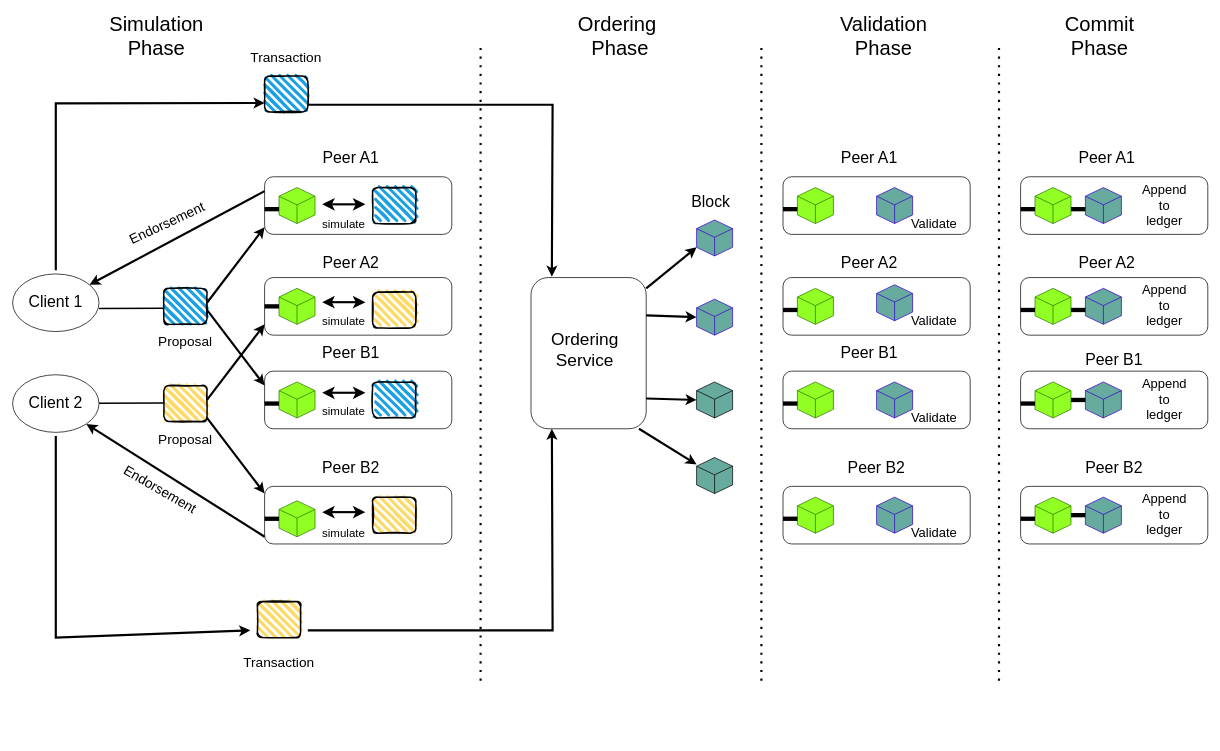
This is files/Fabric-Diagrams.drawio from Arif-Shahriar028/draw.io, a draw.io file, before an edit. Source tidied: cells renumbered, new cells numbered last; positions are measured from the earlier drawing's top-left corner, leaving out a move shared by most shapes. Both pictures are drawn from the tidied source at 72%, with x=0, y=0 at pixel (12, 25).
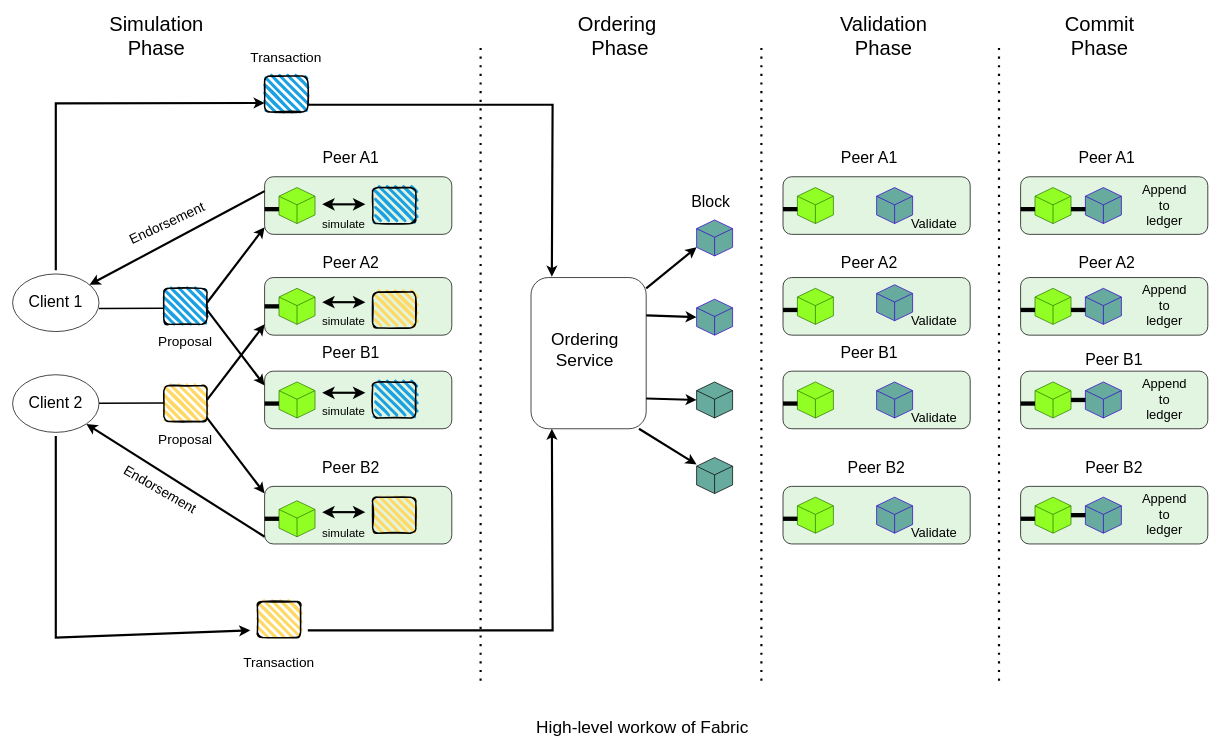
After the change.

Change to the diagram source:
```diff
@@
-    <mxCell id="4" style="rounded=1;whiteSpace=wrap;html=1;" parent="1" vertex="1">
+    <mxCell id="4" style="rounded=1;whiteSpace=wrap;html=1;fillColor=#E1F5E0;" parent="1" vertex="1">
       <mxGeometry x="350" y="210" width="260" height="80" as="geometry" />
     </mxCell>
-    <mxCell id="5" style="rounded=1;whiteSpace=wrap;html=1;" parent="1" vertex="1">
+    <mxCell id="5" style="rounded=1;whiteSpace=wrap;html=1;fillColor=#E1F5E0;" parent="1" vertex="1">
       <mxGeometry x="350" y="350" width="260" height="80" as="geometry" />
     </mxCell>
-    <mxCell id="6" style="rounded=1;whiteSpace=wrap;html=1;" parent="1" vertex="1">
+    <mxCell id="6" style="rounded=1;whiteSpace=wrap;html=1;fillColor=#E1F5E0;" parent="1" vertex="1">
       <mxGeometry x="350" y="480" width="260" height="80" as="geometry" />
     </mxCell>
-    <mxCell id="7" style="rounded=1;whiteSpace=wrap;html=1;" parent="1" vertex="1">
+    <mxCell id="7" style="rounded=1;whiteSpace=wrap;html=1;fillColor=#E1F5E0;" parent="1" vertex="1">
       <mxGeometry x="350" y="640" width="260" height="80" as="geometry" />
     </mxCell>
@@
-    <mxCell id="43" style="rounded=1;whiteSpace=wrap;html=1;" parent="1" vertex="1">
+    <mxCell id="43" style="rounded=1;whiteSpace=wrap;html=1;fillColor=#E1F5E0;" parent="1" vertex="1">
       <mxGeometry x="1070" y="210" width="260" height="80" as="geometry" />
     </mxCell>
@@
-    <mxCell id="46" style="rounded=1;whiteSpace=wrap;html=1;" parent="1" vertex="1">
+    <mxCell id="46" style="rounded=1;whiteSpace=wrap;html=1;fillColor=#E1F5E0;" parent="1" vertex="1">
       <mxGeometry x="1070" y="350" width="260" height="80" as="geometry" />
     </mxCell>
@@
-    <mxCell id="49" style="rounded=1;whiteSpace=wrap;html=1;" parent="1" vertex="1">
+    <mxCell id="49" style="rounded=1;whiteSpace=wrap;html=1;fillColor=#E1F5E0;" parent="1" vertex="1">
       <mxGeometry x="1070" y="480" width="260" height="80" as="geometry" />
     </mxCell>
@@
-    <mxCell id="52" style="rounded=1;whiteSpace=wrap;html=1;" parent="1" vertex="1">
+    <mxCell id="52" style="rounded=1;whiteSpace=wrap;html=1;fillColor=#E1F5E0;" parent="1" vertex="1">
       <mxGeometry x="1070" y="640" width="260" height="80" as="geometry" />
     </mxCell>
@@
-    <mxCell id="60" style="rounded=1;whiteSpace=wrap;html=1;" parent="1" vertex="1">
+    <mxCell id="60" style="rounded=1;whiteSpace=wrap;html=1;fillColor=#E1F5E0;" parent="1" vertex="1">
       <mxGeometry x="1400" y="210" width="260" height="80" as="geometry" />
     </mxCell>
@@
-    <mxCell id="64" style="rounded=1;whiteSpace=wrap;html=1;" parent="1" vertex="1">
+    <mxCell id="64" style="rounded=1;whiteSpace=wrap;html=1;fillColor=#E1F5E0;" parent="1" vertex="1">
       <mxGeometry x="1400" y="350" width="260" height="80" as="geometry" />
     </mxCell>
@@
-    <mxCell id="68" style="rounded=1;whiteSpace=wrap;html=1;" parent="1" vertex="1">
+    <mxCell id="68" style="rounded=1;whiteSpace=wrap;html=1;fillColor=#E1F5E0;" parent="1" vertex="1">
       <mxGeometry x="1400" y="480" width="260" height="80" as="geometry" />
     </mxCell>
@@
-    <mxCell id="72" style="rounded=1;whiteSpace=wrap;html=1;" parent="1" vertex="1">
+    <mxCell id="72" style="rounded=1;whiteSpace=wrap;html=1;fillColor=#E1F5E0;" parent="1" vertex="1">
       <mxGeometry x="1400" y="640" width="260" height="80" as="geometry" />
     </mxCell>
@@
+    <mxCell id="127" value="&lt;font style=&quot;font-size: 24px;&quot;&gt;High-level workow of Fabric&lt;/font&gt;" style="text;html=1;strokeColor=none;fillColor=none;align=center;verticalAlign=middle;whiteSpace=wrap;rounded=0;fontSize=16;" parent="1" vertex="1">
+      <mxGeometry x="580" y="960" width="590" height="30" as="geometry" />
+    </mxCell>
```
